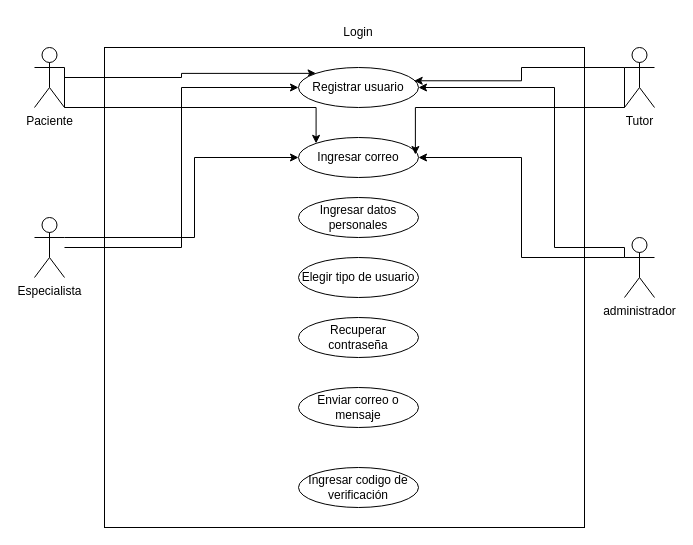
The draw.io diagram abilititalk casos de uso.drawio in BrayanRosasC/ABILITYTALK, before the edit. Source tidied: cells renumbered, new cells numbered last; positions are measured from the earlier drawing's top-left corner, leaving out a move shared by most shapes. Both pictures are drawn from the tidied source at 100%, with x=0, y=0 at pixel (34, 17).
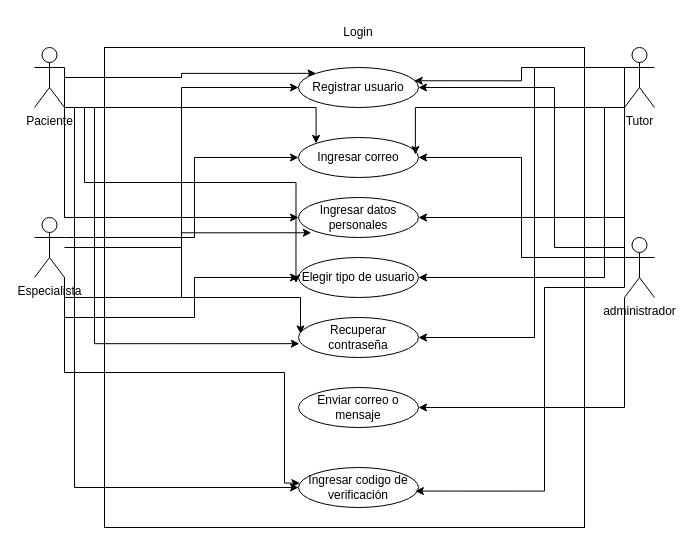
Above is the later version.

The change refers to these unchanged cells:
```xml
<mxCell id="5" value="Paciente" style="shape=umlActor;verticalLabelPosition=bottom;verticalAlign=top;html=1;outlineConnect=0;" parent="1" vertex="1">
  <mxGeometry y="30" width="30" height="60" as="geometry" />
</mxCell>
<mxCell id="8" value="Especialista" style="shape=umlActor;verticalLabelPosition=bottom;verticalAlign=top;html=1;outlineConnect=0;" parent="1" vertex="1">
  <mxGeometry y="200" width="30" height="60" as="geometry" />
</mxCell>
<mxCell id="9" value="Tutor" style="shape=umlActor;verticalLabelPosition=bottom;verticalAlign=top;html=1;outlineConnect=0;" parent="1" vertex="1">
  <mxGeometry x="590" y="30" width="30" height="60" as="geometry" />
</mxCell>
<mxCell id="12" value="administrador" style="shape=umlActor;verticalLabelPosition=bottom;verticalAlign=top;html=1;outlineConnect=0;" parent="1" vertex="1">
  <mxGeometry x="590" y="220" width="30" height="60" as="geometry" />
</mxCell>
<mxCell id="15" value="Ingresar datos personales" style="ellipse;whiteSpace=wrap;html=1;" parent="1" vertex="1">
  <mxGeometry x="264" y="180" width="120" height="40" as="geometry" />
</mxCell>
<mxCell id="17" value="Elegir tipo de usuario" style="ellipse;whiteSpace=wrap;html=1;" parent="1" vertex="1">
  <mxGeometry x="264" y="240" width="120" height="40" as="geometry" />
</mxCell>
<mxCell id="18" value="Recuperar contraseña" style="ellipse;whiteSpace=wrap;html=1;" parent="1" vertex="1">
  <mxGeometry x="264" y="300" width="120" height="40" as="geometry" />
</mxCell>
<mxCell id="19" value="Enviar correo o mensaje" style="ellipse;whiteSpace=wrap;html=1;" parent="1" vertex="1">
  <mxGeometry x="264" y="370" width="120" height="40" as="geometry" />
</mxCell>
<mxCell id="20" value="Ingresar codigo de verificación" style="ellipse;whiteSpace=wrap;html=1;" parent="1" vertex="1">
  <mxGeometry x="264" y="450" width="120" height="40" as="geometry" />
</mxCell>
```

The edit, as a diff of the source:
```diff
@@
+    <mxCell id="23" style="edgeStyle=orthogonalEdgeStyle;rounded=0;jettySize=auto;html=1;exitX=1;exitY=1;exitDx=0;exitDy=0;exitPerimeter=0;entryX=0;entryY=0.5;entryDx=0;entryDy=0;" parent="1" edge="1" source="5" target="15">
+      <mxGeometry relative="1" as="geometry" />
+    </mxCell>
+    <mxCell id="24" style="edgeStyle=orthogonalEdgeStyle;rounded=0;jettySize=auto;html=1;exitX=1;exitY=1;exitDx=0;exitDy=0;exitPerimeter=0;entryX=0;entryY=0.5;entryDx=0;entryDy=0;" parent="1" edge="1" source="5" target="20">
+      <mxGeometry relative="1" as="geometry">
+        <Array as="points">
+          <mxPoint x="40" y="90" />
+          <mxPoint x="40" y="470" />
+        </Array>
+      </mxGeometry>
+    </mxCell>
@@
+    <mxCell id="25" style="edgeStyle=orthogonalEdgeStyle;rounded=0;jettySize=auto;html=1;exitX=1;exitY=1;exitDx=0;exitDy=0;exitPerimeter=0;" parent="1" edge="1" source="8" target="17">
+      <mxGeometry relative="1" as="geometry">
+        <Array as="points">
+          <mxPoint x="30" y="300" />
+          <mxPoint x="160" y="300" />
+          <mxPoint x="160" y="260" />
+        </Array>
+      </mxGeometry>
+    </mxCell>
@@
+    <mxCell id="26" style="edgeStyle=orthogonalEdgeStyle;rounded=0;jettySize=auto;html=1;exitX=0;exitY=1;exitDx=0;exitDy=0;exitPerimeter=0;entryX=1;entryY=0.5;entryDx=0;entryDy=0;" parent="1" edge="1" source="9" target="15">
+      <mxGeometry relative="1" as="geometry" />
+    </mxCell>
+    <mxCell id="27" style="edgeStyle=orthogonalEdgeStyle;rounded=0;jettySize=auto;html=1;exitX=0;exitY=1;exitDx=0;exitDy=0;exitPerimeter=0;entryX=1;entryY=0.5;entryDx=0;entryDy=0;" parent="1" edge="1" source="9" target="17">
+      <mxGeometry relative="1" as="geometry">
+        <Array as="points">
+          <mxPoint x="570" y="90" />
+          <mxPoint x="570" y="260" />
+        </Array>
+      </mxGeometry>
+    </mxCell>
+    <mxCell id="28" style="edgeStyle=orthogonalEdgeStyle;rounded=0;jettySize=auto;html=1;exitX=0;exitY=0.3333333333333333;exitDx=0;exitDy=0;exitPerimeter=0;entryX=1;entryY=0.5;entryDx=0;entryDy=0;" parent="1" edge="1" source="9" target="18">
+      <mxGeometry relative="1" as="geometry">
+        <Array as="points">
+          <mxPoint x="500" y="50" />
+          <mxPoint x="500" y="320" />
+        </Array>
+      </mxGeometry>
+    </mxCell>
@@
+    <mxCell id="29" style="edgeStyle=orthogonalEdgeStyle;rounded=0;jettySize=auto;html=1;exitX=0;exitY=1;exitDx=0;exitDy=0;exitPerimeter=0;entryX=1;entryY=0.5;entryDx=0;entryDy=0;" parent="1" edge="1" source="12" target="19">
+      <mxGeometry relative="1" as="geometry" />
+    </mxCell>
@@
+    <mxCell id="30" style="edgeStyle=orthogonalEdgeStyle;rounded=0;jettySize=auto;html=1;exitX=1;exitY=1;exitDx=0;exitDy=0;exitPerimeter=0;entryX=0.107;entryY=0.882;entryDx=0;entryDy=0;entryPerimeter=0;" parent="1" edge="1" source="8" target="15">
+      <mxGeometry relative="1" as="geometry" />
+    </mxCell>
+    <mxCell id="31" style="edgeStyle=orthogonalEdgeStyle;rounded=0;jettySize=auto;html=1;exitX=1;exitY=1;exitDx=0;exitDy=0;exitPerimeter=0;entryX=-0.021;entryY=0.639;entryDx=0;entryDy=0;entryPerimeter=0;" parent="1" edge="1" source="5" target="17">
+      <mxGeometry relative="1" as="geometry">
+        <Array as="points">
+          <mxPoint x="50" y="90" />
+          <mxPoint x="50" y="165" />
+          <mxPoint x="261" y="165" />
+        </Array>
+      </mxGeometry>
+    </mxCell>
+    <mxCell id="32" style="edgeStyle=orthogonalEdgeStyle;rounded=0;jettySize=auto;html=1;exitX=1;exitY=1;exitDx=0;exitDy=0;exitPerimeter=0;entryX=0.007;entryY=0.654;entryDx=0;entryDy=0;entryPerimeter=0;" parent="1" edge="1" source="5" target="18">
+      <mxGeometry relative="1" as="geometry">
+        <Array as="points">
+          <mxPoint x="60" y="90" />
+          <mxPoint x="60" y="326" />
+        </Array>
+      </mxGeometry>
+    </mxCell>
+    <mxCell id="33" style="edgeStyle=orthogonalEdgeStyle;rounded=0;jettySize=auto;html=1;exitX=1;exitY=1;exitDx=0;exitDy=0;exitPerimeter=0;entryX=0.017;entryY=0.411;entryDx=0;entryDy=0;entryPerimeter=0;" parent="1" edge="1" source="8" target="18">
+      <mxGeometry relative="1" as="geometry" />
+    </mxCell>
+    <mxCell id="34" style="edgeStyle=orthogonalEdgeStyle;rounded=0;jettySize=auto;html=1;exitX=1;exitY=1;exitDx=0;exitDy=0;exitPerimeter=0;entryX=0.012;entryY=0.389;entryDx=0;entryDy=0;entryPerimeter=0;" parent="1" edge="1" source="8" target="20">
+      <mxGeometry relative="1" as="geometry">
+        <Array as="points">
+          <mxPoint x="30" y="355" />
+          <mxPoint x="250" y="355" />
+          <mxPoint x="250" y="466" />
+        </Array>
+      </mxGeometry>
+    </mxCell>
+    <mxCell id="35" style="edgeStyle=orthogonalEdgeStyle;rounded=0;jettySize=auto;html=1;exitX=0;exitY=1;exitDx=0;exitDy=0;exitPerimeter=0;entryX=0.974;entryY=0.589;entryDx=0;entryDy=0;entryPerimeter=0;" parent="1" edge="1" source="9" target="20">
+      <mxGeometry relative="1" as="geometry">
+        <Array as="points">
+          <mxPoint x="590" y="270" />
+          <mxPoint x="510" y="270" />
+          <mxPoint x="510" y="474" />
+        </Array>
+      </mxGeometry>
+    </mxCell>
```
